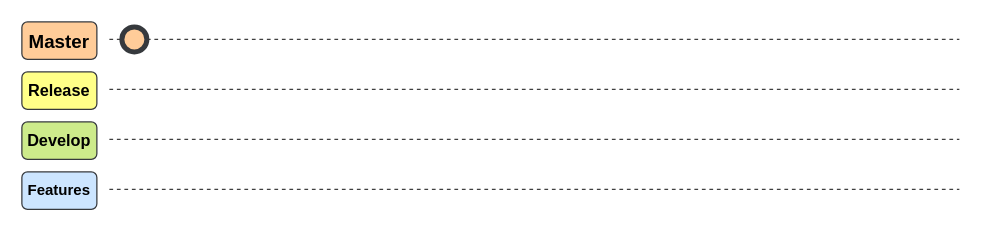
This is page "Develop" (2 of 2) of 03_ImagenesRepo/01_GitFlow.drawio from LEOSZ8/Tesis_Msc_LSZ, a draw.io file, before an edit. Source tidied: cells renumbered, new cells numbered last; positions are measured from the earlier drawing's top-left corner, leaving out a move shared by most shapes. Both pictures are drawn from the tidied source at 125%, with x=0, y=0 at pixel (21, 21).
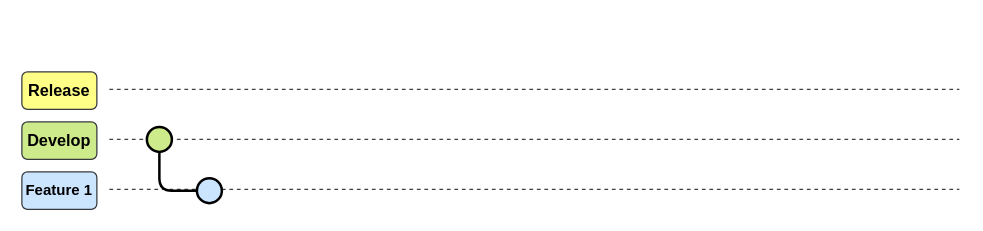
The same page after the edit.

What changed in the source:
```diff
@@
 <mxGraphModel>
   <root>
     <mxCell id="0" />
     <mxCell id="1" parent="0" />
-    <mxCell id="2" style="endArrow=none;html=1;rounded=0;dashed=1;opacity=75;" parent="1" edge="1">
-      <mxGeometry relative="1" as="geometry">
-        <mxPoint x="70" y="14" as="sourcePoint" />
-        <mxPoint x="750" y="14" as="targetPoint" />
-      </mxGeometry>
-    </mxCell>
     <mxCell id="3" style="endArrow=none;html=1;rounded=0;dashed=1;opacity=75;" parent="1" edge="1">
       <mxGeometry relative="1" as="geometry">
         <mxPoint x="70" y="54" as="sourcePoint" />
         <mxPoint x="750" y="54" as="targetPoint" />
       </mxGeometry>
     </mxCell>
     <mxCell id="4" style="endArrow=none;html=1;rounded=0;dashed=1;opacity=75;" parent="1" edge="1">
       <mxGeometry relative="1" as="geometry">
         <mxPoint x="70" y="94" as="sourcePoint" />
         <mxPoint x="750" y="94" as="targetPoint" />
       </mxGeometry>
     </mxCell>
     <mxCell id="5" style="endArrow=none;html=1;rounded=0;dashed=1;opacity=75;" parent="1" edge="1">
       <mxGeometry relative="1" as="geometry">
         <mxPoint x="70" y="134" as="sourcePoint" />
         <mxPoint x="750" y="134" as="targetPoint" />
       </mxGeometry>
     </mxCell>
-    <mxCell id="6" value="&lt;b&gt;&lt;font style=&quot;font-size: 15px;&quot;&gt;Master&lt;/font&gt;&lt;/b&gt;" style="rounded=1;whiteSpace=wrap;html=1;fillColor=#ffcc99;strokeColor=#36393d;" parent="1" vertex="1">
-      <mxGeometry width="60" height="30" as="geometry" />
-    </mxCell>
     <mxCell id="7" value="&lt;b style=&quot;&quot;&gt;&lt;font style=&quot;font-size: 13px;&quot;&gt;Release&lt;/font&gt;&lt;/b&gt;" style="rounded=1;whiteSpace=wrap;html=1;fillColor=#ffff88;strokeColor=#36393d;" parent="1" vertex="1">
       <mxGeometry y="40" width="60" height="30" as="geometry" />
     </mxCell>
     <mxCell id="8" value="&lt;b&gt;&lt;font style=&quot;font-size: 13px;&quot;&gt;Develop&lt;/font&gt;&lt;/b&gt;" style="rounded=1;whiteSpace=wrap;html=1;fillColor=#cdeb8b;strokeColor=#36393d;" parent="1" vertex="1">
       <mxGeometry y="80" width="60" height="30" as="geometry" />
     </mxCell>
-    <mxCell id="9" value="&lt;b&gt;&lt;font&gt;Features&lt;/font&gt;&lt;/b&gt;" style="rounded=1;whiteSpace=wrap;html=1;fillColor=#cce5ff;strokeColor=#36393d;" parent="1" vertex="1">
+    <mxCell id="9" value="&lt;b&gt;&lt;font&gt;Feature 1&lt;/font&gt;&lt;/b&gt;" style="rounded=1;whiteSpace=wrap;html=1;fillColor=#cce5ff;strokeColor=#36393d;" parent="1" vertex="1">
       <mxGeometry y="120" width="60" height="30" as="geometry" />
     </mxCell>
-    <mxCell id="10" style="ellipse;whiteSpace=wrap;html=1;fillColor=#ffcc99;strokeColor=#36393d;strokeWidth=4;" parent="1" vertex="1">
-      <mxGeometry x="80" y="4" width="20" height="20" as="geometry" />
+    <mxCell id="10" style="ellipse;whiteSpace=wrap;html=1;fillColor=#cdeb8b;strokeColor=#000000;strokeWidth=2;" parent="1" vertex="1">
+      <mxGeometry x="100" y="84" width="20" height="20" as="geometry" />
     </mxCell>
+    <mxCell id="11" style="edgeStyle=orthogonalEdgeStyle;rounded=1;jettySize=auto;html=1;curved=0;strokeWidth=2;endArrow=none;startFill=0;" parent="1" edge="1" source="12" target="10">
+      <mxGeometry relative="1" as="geometry" />
+    </mxCell>
+    <mxCell id="12" style="ellipse;whiteSpace=wrap;html=1;fillColor=#cce5ff;strokeColor=#000000;strokeWidth=2;" parent="1" vertex="1">
+      <mxGeometry x="140" y="125" width="20" height="20" as="geometry" />
+    </mxCell>
   </root>
 </mxGraphModel>
```
